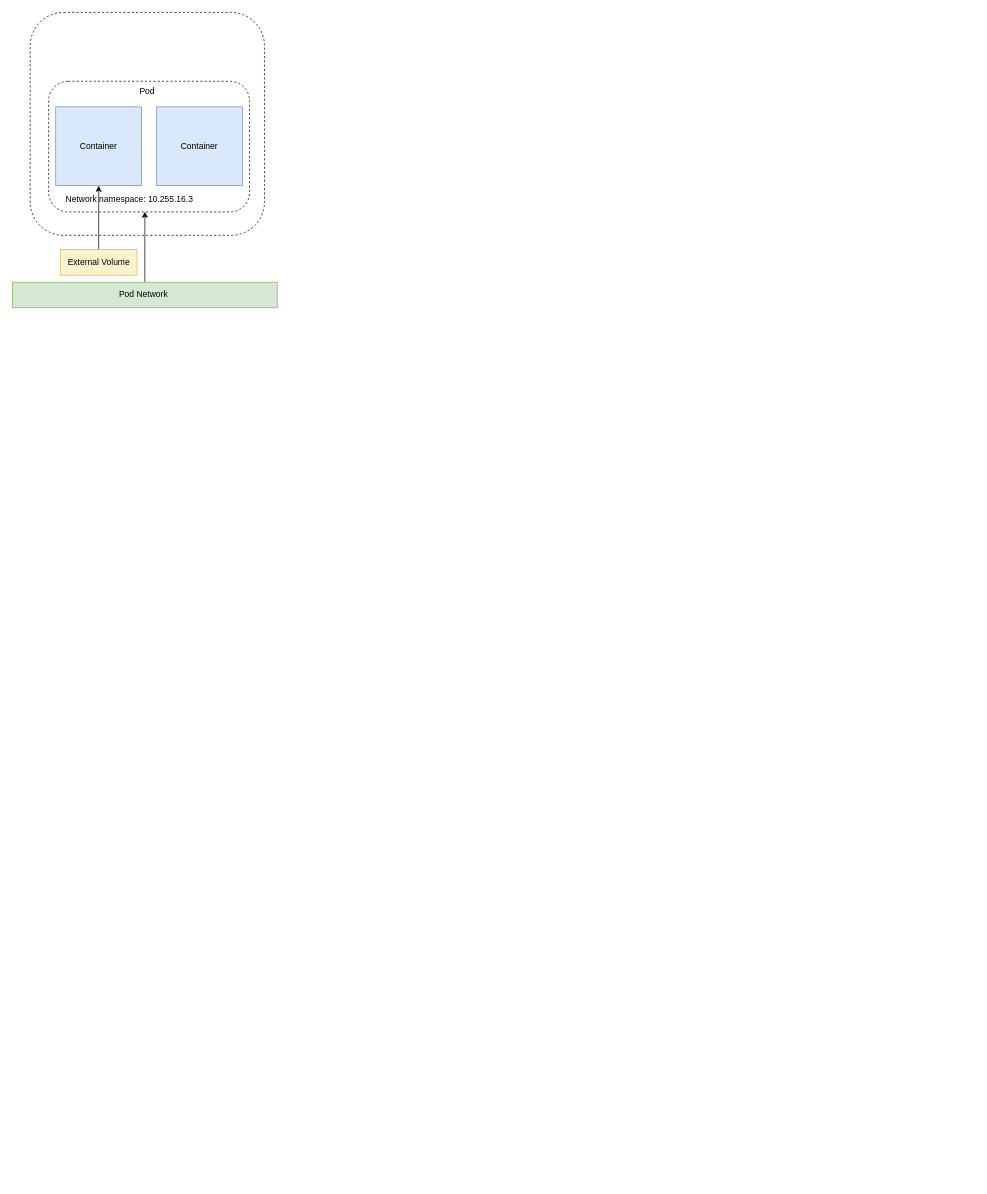
The draw.io diagram Pod-and-container.drawio in khanhnt99/Diagram, before the edit. Source tidied: cells renumbered, new cells numbered last; positions are measured from the earlier drawing's top-left corner, leaving out a move shared by most shapes. Both pictures are drawn from the tidied source at 71%, with x=0, y=0 at pixel (12, 12).
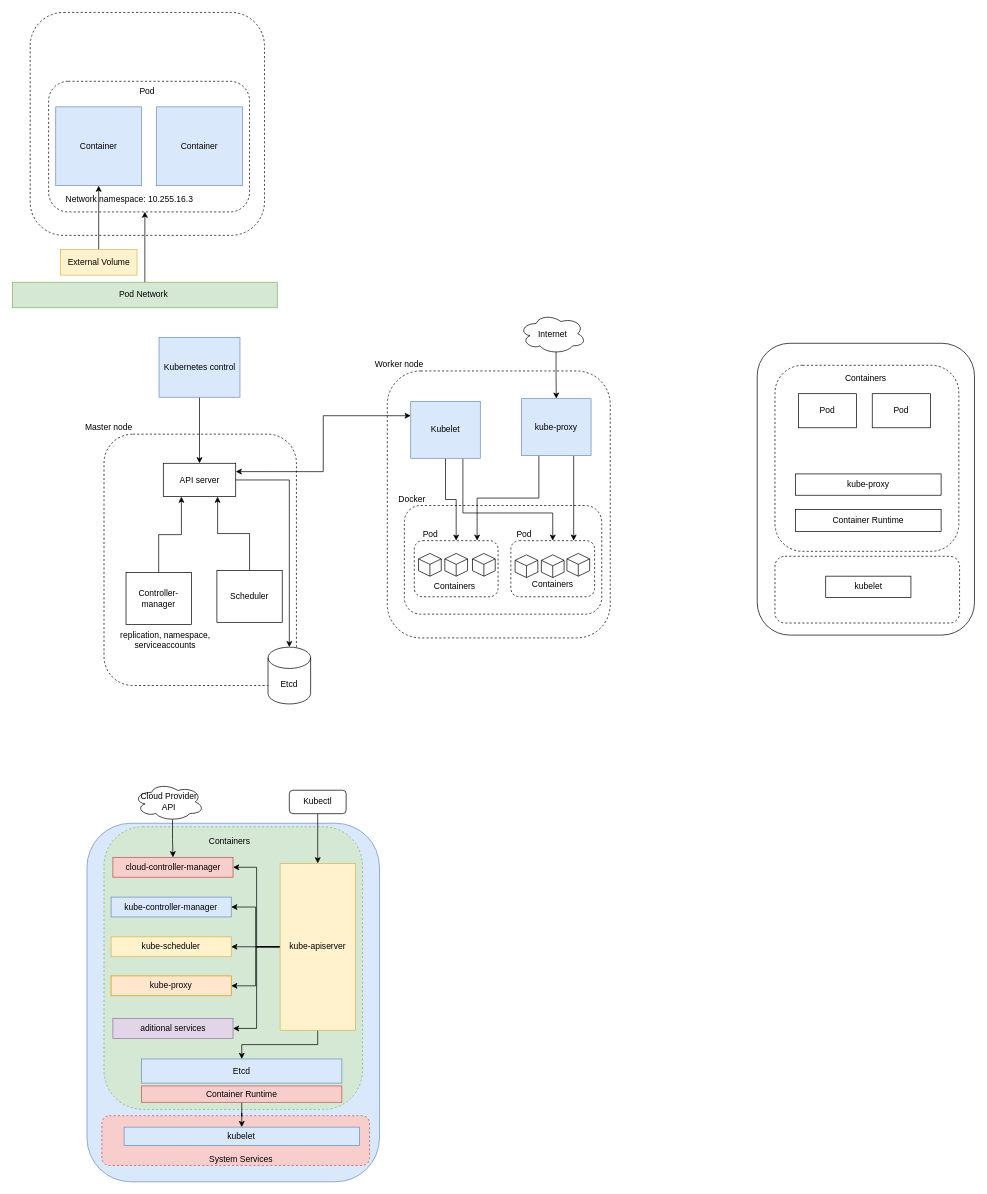
The same diagram, later.

Diff of the diagram source:
```diff
@@
+    <mxCell id="12" style="rounded=1;whiteSpace=wrap;html=1;dashed=1;" parent="1" vertex="1">
+      <mxGeometry x="129" y="594" width="271" height="354" as="geometry" />
+    </mxCell>
+    <mxCell id="13" value="Master node" style="text;html=1;strokeColor=none;fillColor=none;align=center;verticalAlign=middle;whiteSpace=wrap;rounded=0;" parent="1" vertex="1">
+      <mxGeometry x="87" y="569" width="98" height="30" as="geometry" />
+    </mxCell>
+    <mxCell id="14" style="edgeStyle=orthogonalEdgeStyle;rounded=0;jettySize=auto;html=1;exitX=1;exitY=0.25;exitDx=0;exitDy=0;entryX=0;entryY=0.25;entryDx=0;entryDy=0;startArrow=classic;startFill=1;" parent="1" edge="1" source="16" target="29">
+      <mxGeometry relative="1" as="geometry" />
+    </mxCell>
+    <mxCell id="15" style="edgeStyle=orthogonalEdgeStyle;rounded=0;jettySize=auto;html=1;exitX=1;exitY=0.5;exitDx=0;exitDy=0;startArrow=none;startFill=0;" parent="1" edge="1" source="16" target="23">
+      <mxGeometry relative="1" as="geometry" />
+    </mxCell>
+    <mxCell id="16" value="API server" style="rounded=0;whiteSpace=wrap;html=1;" parent="1" vertex="1">
+      <mxGeometry x="212.5" y="635" width="102" height="47" as="geometry" />
+    </mxCell>
+    <mxCell id="17" style="edgeStyle=orthogonalEdgeStyle;rounded=0;jettySize=auto;html=1;exitX=0.5;exitY=1;exitDx=0;exitDy=0;" parent="1" edge="1" source="18" target="16">
+      <mxGeometry relative="1" as="geometry" />
+    </mxCell>
+    <mxCell id="18" value="Kubernetes control" style="rounded=0;whiteSpace=wrap;html=1;fillColor=#dae8fc;strokeColor=#6c8ebf;" parent="1" vertex="1">
+      <mxGeometry x="206.5" y="458" width="114" height="84" as="geometry" />
+    </mxCell>
+    <mxCell id="19" style="edgeStyle=orthogonalEdgeStyle;rounded=0;jettySize=auto;html=1;exitX=0.5;exitY=0;exitDx=0;exitDy=0;entryX=0.25;entryY=1;entryDx=0;entryDy=0;" parent="1" edge="1" source="20" target="16">
+      <mxGeometry relative="1" as="geometry" />
+    </mxCell>
+    <mxCell id="20" value="Controller-manager" style="rounded=0;whiteSpace=wrap;html=1;" parent="1" vertex="1">
+      <mxGeometry x="160" y="789" width="92" height="73" as="geometry" />
+    </mxCell>
+    <mxCell id="21" style="edgeStyle=orthogonalEdgeStyle;rounded=0;jettySize=auto;html=1;exitX=0.5;exitY=0;exitDx=0;exitDy=0;entryX=0.75;entryY=1;entryDx=0;entryDy=0;" parent="1" edge="1" source="22" target="16">
+      <mxGeometry relative="1" as="geometry" />
+    </mxCell>
+    <mxCell id="22" value="Scheduler" style="rounded=0;whiteSpace=wrap;html=1;fillColor=default;" parent="1" vertex="1">
+      <mxGeometry x="288" y="786" width="92" height="73" as="geometry" />
+    </mxCell>
+    <mxCell id="23" value="Etcd" style="shape=cylinder3;whiteSpace=wrap;html=1;boundedLbl=1;backgroundOutline=1;size=15;" parent="1" vertex="1">
+      <mxGeometry x="360" y="894" width="60" height="80" as="geometry" />
+    </mxCell>
+    <mxCell id="24" value="replication, namespace, serviceaccounts" style="text;html=1;strokeColor=none;fillColor=none;align=center;verticalAlign=middle;whiteSpace=wrap;rounded=0;" parent="1" vertex="1">
+      <mxGeometry x="141.5" y="869" width="146.5" height="30" as="geometry" />
+    </mxCell>
+    <mxCell id="25" style="rounded=1;whiteSpace=wrap;html=1;dashed=1;fillColor=none;" parent="1" vertex="1">
+      <mxGeometry x="528" y="505" width="314" height="376" as="geometry" />
+    </mxCell>
+    <mxCell id="26" value="Worker node" style="text;html=1;strokeColor=none;fillColor=none;align=center;verticalAlign=middle;whiteSpace=wrap;rounded=0;dashed=1;" parent="1" vertex="1">
+      <mxGeometry x="497" y="481" width="96" height="30" as="geometry" />
+    </mxCell>
+    <mxCell id="27" style="edgeStyle=orthogonalEdgeStyle;rounded=0;jettySize=auto;html=1;exitX=0.5;exitY=1;exitDx=0;exitDy=0;entryX=0.5;entryY=0;entryDx=0;entryDy=0;startArrow=none;startFill=0;" parent="1" edge="1" source="29" target="35">
+      <mxGeometry relative="1" as="geometry" />
+    </mxCell>
+    <mxCell id="28" style="edgeStyle=orthogonalEdgeStyle;rounded=0;jettySize=auto;html=1;exitX=0.75;exitY=1;exitDx=0;exitDy=0;entryX=0.5;entryY=0;entryDx=0;entryDy=0;startArrow=none;startFill=0;" parent="1" edge="1" source="29" target="36">
+      <mxGeometry relative="1" as="geometry">
+        <Array as="points">
+          <mxPoint x="635" y="705" />
+          <mxPoint x="761" y="705" />
+        </Array>
+      </mxGeometry>
+    </mxCell>
+    <mxCell id="29" value="Kubelet" style="rounded=0;whiteSpace=wrap;html=1;fillColor=#dae8fc;strokeColor=#6c8ebf;" parent="1" vertex="1">
+      <mxGeometry x="561" y="548" width="98" height="80" as="geometry" />
+    </mxCell>
+    <mxCell id="30" style="edgeStyle=orthogonalEdgeStyle;rounded=0;jettySize=auto;html=1;exitX=0.25;exitY=1;exitDx=0;exitDy=0;entryX=0.75;entryY=0;entryDx=0;entryDy=0;startArrow=none;startFill=0;" parent="1" edge="1" source="32" target="35">
+      <mxGeometry relative="1" as="geometry" />
+    </mxCell>
+    <mxCell id="31" style="edgeStyle=orthogonalEdgeStyle;rounded=0;jettySize=auto;html=1;exitX=0.75;exitY=1;exitDx=0;exitDy=0;entryX=0.75;entryY=0;entryDx=0;entryDy=0;startArrow=none;startFill=0;" parent="1" edge="1" source="32" target="36">
+      <mxGeometry relative="1" as="geometry" />
+    </mxCell>
+    <mxCell id="32" value="kube-proxy" style="rounded=0;whiteSpace=wrap;html=1;fillColor=#dae8fc;strokeColor=#6c8ebf;" parent="1" vertex="1">
+      <mxGeometry x="717" y="544" width="98" height="80" as="geometry" />
+    </mxCell>
+    <mxCell id="33" style="rounded=1;whiteSpace=wrap;html=1;dashed=1;fillColor=none;" parent="1" vertex="1">
+      <mxGeometry x="552" y="694.5" width="278" height="153" as="geometry" />
+    </mxCell>
+    <mxCell id="34" value="Docker" style="text;html=1;strokeColor=none;fillColor=none;align=center;verticalAlign=middle;whiteSpace=wrap;rounded=0;dashed=1;" parent="1" vertex="1">
+      <mxGeometry x="533" y="671" width="60" height="30" as="geometry" />
+    </mxCell>
+    <mxCell id="35" style="rounded=1;whiteSpace=wrap;html=1;dashed=1;" parent="1" vertex="1">
+      <mxGeometry x="566" y="744" width="118" height="79" as="geometry" />
+    </mxCell>
+    <mxCell id="36" style="rounded=1;whiteSpace=wrap;html=1;dashed=1;" parent="1" vertex="1">
+      <mxGeometry x="702" y="744" width="118" height="79" as="geometry" />
+    </mxCell>
+    <mxCell id="37" value="Pod" style="text;html=1;strokeColor=none;fillColor=none;align=center;verticalAlign=middle;whiteSpace=wrap;rounded=0;dashed=1;" parent="1" vertex="1">
+      <mxGeometry x="559" y="721" width="60" height="30" as="geometry" />
+    </mxCell>
+    <mxCell id="38" value="Pod" style="text;html=1;strokeColor=none;fillColor=none;align=center;verticalAlign=middle;whiteSpace=wrap;rounded=0;dashed=1;" parent="1" vertex="1">
+      <mxGeometry x="691" y="721" width="60" height="30" as="geometry" />
+    </mxCell>
+    <mxCell id="39" style="html=1;whiteSpace=wrap;shape=isoCube2;backgroundOutline=1;isoAngle=15;" parent="1" vertex="1">
+      <mxGeometry x="572" y="762" width="32" height="32" as="geometry" />
+    </mxCell>
+    <mxCell id="40" style="html=1;whiteSpace=wrap;shape=isoCube2;backgroundOutline=1;isoAngle=15;" parent="1" vertex="1">
+      <mxGeometry x="609" y="762" width="32" height="32" as="geometry" />
+    </mxCell>
+    <mxCell id="41" style="html=1;whiteSpace=wrap;shape=isoCube2;backgroundOutline=1;isoAngle=15;" parent="1" vertex="1">
+      <mxGeometry x="648" y="762" width="32" height="32" as="geometry" />
+    </mxCell>
+    <mxCell id="42" style="html=1;whiteSpace=wrap;shape=isoCube2;backgroundOutline=1;isoAngle=15;" parent="1" vertex="1">
+      <mxGeometry x="708" y="764" width="32" height="32" as="geometry" />
+    </mxCell>
+    <mxCell id="43" style="html=1;whiteSpace=wrap;shape=isoCube2;backgroundOutline=1;isoAngle=15;" parent="1" vertex="1">
+      <mxGeometry x="781" y="762" width="32" height="32" as="geometry" />
+    </mxCell>
+    <mxCell id="44" style="html=1;whiteSpace=wrap;shape=isoCube2;backgroundOutline=1;isoAngle=15;" parent="1" vertex="1">
+      <mxGeometry x="745" y="764" width="32" height="32" as="geometry" />
+    </mxCell>
+    <mxCell id="45" value="Containers" style="text;html=1;strokeColor=none;fillColor=none;align=center;verticalAlign=middle;whiteSpace=wrap;rounded=0;" parent="1" vertex="1">
+      <mxGeometry x="731" y="791" width="60" height="30" as="geometry" />
+    </mxCell>
+    <mxCell id="46" value="Containers" style="text;html=1;strokeColor=none;fillColor=none;align=center;verticalAlign=middle;whiteSpace=wrap;rounded=0;" parent="1" vertex="1">
+      <mxGeometry x="593" y="793" width="60" height="30" as="geometry" />
+    </mxCell>
+    <mxCell id="47" style="edgeStyle=orthogonalEdgeStyle;rounded=0;jettySize=auto;html=1;exitX=0.55;exitY=0.95;exitDx=0;exitDy=0;exitPerimeter=0;entryX=0.5;entryY=0;entryDx=0;entryDy=0;startArrow=none;startFill=0;" parent="1" edge="1" source="48" target="32">
+      <mxGeometry relative="1" as="geometry" />
+    </mxCell>
+    <mxCell id="48" value="Internet" style="ellipse;shape=cloud;whiteSpace=wrap;html=1;fillColor=none;" parent="1" vertex="1">
+      <mxGeometry x="714" y="424" width="94" height="57" as="geometry" />
+    </mxCell>
+    <mxCell id="49" style="rounded=1;whiteSpace=wrap;html=1;fillColor=#dae8fc;strokeColor=#6c8ebf;" parent="1" vertex="1">
+      <mxGeometry x="105" y="1142" width="412" height="505" as="geometry" />
+    </mxCell>
+    <mxCell id="50" style="rounded=1;whiteSpace=wrap;html=1;fillColor=#d5e8d4;dashed=1;strokeColor=#82b366;" parent="1" vertex="1">
+      <mxGeometry x="129" y="1147" width="364" height="398" as="geometry" />
+    </mxCell>
+    <mxCell id="51" style="rounded=1;whiteSpace=wrap;html=1;dashed=1;fillColor=#f8cecc;strokeColor=#b85450;" parent="1" vertex="1">
+      <mxGeometry x="126" y="1554" width="377" height="70" as="geometry" />
+    </mxCell>
+    <mxCell id="52" style="edgeStyle=orthogonalEdgeStyle;rounded=0;jettySize=auto;html=1;exitX=0;exitY=0.5;exitDx=0;exitDy=0;entryX=1;entryY=0.5;entryDx=0;entryDy=0;startArrow=none;startFill=0;" parent="1" edge="1" source="58" target="61">
+      <mxGeometry relative="1" as="geometry" />
+    </mxCell>
+    <mxCell id="53" style="edgeStyle=orthogonalEdgeStyle;rounded=0;jettySize=auto;html=1;exitX=0;exitY=0.5;exitDx=0;exitDy=0;entryX=1;entryY=0.5;entryDx=0;entryDy=0;startArrow=none;startFill=0;" parent="1" edge="1" source="58" target="59">
+      <mxGeometry relative="1" as="geometry" />
+    </mxCell>
+    <mxCell id="54" style="edgeStyle=orthogonalEdgeStyle;rounded=0;jettySize=auto;html=1;exitX=0;exitY=0.5;exitDx=0;exitDy=0;entryX=1;entryY=0.5;entryDx=0;entryDy=0;startArrow=none;startFill=0;" parent="1" edge="1" source="58" target="60">
+      <mxGeometry relative="1" as="geometry" />
+    </mxCell>
+    <mxCell id="55" style="edgeStyle=orthogonalEdgeStyle;rounded=0;jettySize=auto;html=1;exitX=0;exitY=0.5;exitDx=0;exitDy=0;startArrow=none;startFill=0;" parent="1" edge="1" source="58" target="62">
+      <mxGeometry relative="1" as="geometry" />
+    </mxCell>
+    <mxCell id="56" style="edgeStyle=orthogonalEdgeStyle;rounded=0;jettySize=auto;html=1;exitX=0;exitY=0.5;exitDx=0;exitDy=0;startArrow=none;startFill=0;" parent="1" edge="1" source="58" target="63">
+      <mxGeometry relative="1" as="geometry" />
+    </mxCell>
+    <mxCell id="57" style="edgeStyle=orthogonalEdgeStyle;rounded=0;jettySize=auto;html=1;exitX=0.5;exitY=1;exitDx=0;exitDy=0;entryX=0.5;entryY=0;entryDx=0;entryDy=0;startArrow=none;startFill=0;" parent="1" edge="1" source="58" target="64">
+      <mxGeometry relative="1" as="geometry" />
+    </mxCell>
+    <mxCell id="58" value="kube-apiserver" style="rounded=0;whiteSpace=wrap;html=1;fillColor=#fff2cc;strokeColor=#d6b656;" parent="1" vertex="1">
+      <mxGeometry x="377" y="1198.5" width="106" height="235" as="geometry" />
+    </mxCell>
+    <mxCell id="59" value="cloud-controller-manager" style="rounded=0;whiteSpace=wrap;html=1;fillColor=#f8cecc;strokeColor=#b85450;" parent="1" vertex="1">
+      <mxGeometry x="141.5" y="1190" width="169.2" height="28" as="geometry" />
+    </mxCell>
+    <mxCell id="60" value="kube-controller-manager" style="rounded=0;whiteSpace=wrap;html=1;fillColor=#dae8fc;strokeColor=#6c8ebf;" parent="1" vertex="1">
+      <mxGeometry x="139" y="1246" width="169.2" height="28" as="geometry" />
+    </mxCell>
+    <mxCell id="61" value="kube-scheduler" style="rounded=0;whiteSpace=wrap;html=1;fillColor=#fff2cc;strokeColor=#d6b656;" parent="1" vertex="1">
+      <mxGeometry x="139" y="1302" width="169.2" height="28" as="geometry" />
+    </mxCell>
+    <mxCell id="62" value="kube-proxy" style="rounded=0;whiteSpace=wrap;html=1;fillColor=#ffe6cc;strokeColor=#d79b00;" parent="1" vertex="1">
+      <mxGeometry x="139" y="1357" width="169.2" height="28" as="geometry" />
+    </mxCell>
+    <mxCell id="63" value="aditional services" style="rounded=0;whiteSpace=wrap;html=1;fillColor=#e1d5e7;strokeColor=#9673a6;" parent="1" vertex="1">
+      <mxGeometry x="141.5" y="1417" width="169.2" height="28" as="geometry" />
+    </mxCell>
+    <mxCell id="64" value="Etcd" style="rounded=0;whiteSpace=wrap;html=1;fillColor=#dae8fc;strokeColor=#6c8ebf;" parent="1" vertex="1">
+      <mxGeometry x="182" y="1474" width="282" height="34" as="geometry" />
+    </mxCell>
+    <mxCell id="65" style="edgeStyle=orthogonalEdgeStyle;rounded=0;jettySize=auto;html=1;exitX=0.5;exitY=1;exitDx=0;exitDy=0;startArrow=none;startFill=0;" parent="1" edge="1" source="66" target="68">
+      <mxGeometry relative="1" as="geometry" />
+    </mxCell>
+    <mxCell id="66" value="Container Runtime" style="rounded=0;whiteSpace=wrap;html=1;fillColor=#f8cecc;strokeColor=#b85450;" parent="1" vertex="1">
+      <mxGeometry x="182" y="1512" width="282" height="23" as="geometry" />
+    </mxCell>
+    <mxCell id="67" value="Containers" style="text;html=1;strokeColor=none;fillColor=none;align=center;verticalAlign=middle;whiteSpace=wrap;rounded=0;" parent="1" vertex="1">
+      <mxGeometry x="276" y="1153" width="60" height="30" as="geometry" />
+    </mxCell>
+    <mxCell id="68" value="kubelet" style="rounded=0;whiteSpace=wrap;html=1;fillColor=#dae8fc;strokeColor=#6c8ebf;" parent="1" vertex="1">
+      <mxGeometry x="157.3" y="1570" width="331.4" height="26" as="geometry" />
+    </mxCell>
+    <mxCell id="69" value="System Services" style="text;html=1;strokeColor=none;fillColor=none;align=center;verticalAlign=middle;whiteSpace=wrap;rounded=0;" parent="1" vertex="1">
+      <mxGeometry x="267" y="1600" width="110" height="30" as="geometry" />
+    </mxCell>
+    <mxCell id="70" style="edgeStyle=orthogonalEdgeStyle;rounded=0;jettySize=auto;html=1;exitX=0.5;exitY=1;exitDx=0;exitDy=0;startArrow=none;startFill=0;" parent="1" edge="1" source="71" target="58">
+      <mxGeometry relative="1" as="geometry" />
+    </mxCell>
+    <mxCell id="71" value="Kubectl" style="rounded=1;whiteSpace=wrap;html=1;fillColor=default;" parent="1" vertex="1">
+      <mxGeometry x="390" y="1095.5" width="80" height="33" as="geometry" />
+    </mxCell>
+    <mxCell id="72" style="edgeStyle=orthogonalEdgeStyle;rounded=0;jettySize=auto;html=1;exitX=0.55;exitY=0.95;exitDx=0;exitDy=0;exitPerimeter=0;startArrow=none;startFill=0;" parent="1" edge="1" source="73" target="59">
+      <mxGeometry relative="1" as="geometry" />
+    </mxCell>
+    <mxCell id="73" value="Cloud Provider API" style="ellipse;shape=cloud;whiteSpace=wrap;html=1;fillColor=default;" parent="1" vertex="1">
+      <mxGeometry x="171" y="1085" width="99" height="54" as="geometry" />
+    </mxCell>
+    <mxCell id="74" style="rounded=1;whiteSpace=wrap;html=1;fillColor=default;" parent="1" vertex="1">
+      <mxGeometry x="1049" y="466" width="306" height="411" as="geometry" />
+    </mxCell>
+    <mxCell id="75" style="rounded=1;whiteSpace=wrap;html=1;fillColor=default;dashed=1;" parent="1" vertex="1">
+      <mxGeometry x="1074" y="497" width="259" height="262" as="geometry" />
+    </mxCell>
+    <mxCell id="76" value="Container Runtime" style="rounded=0;whiteSpace=wrap;html=1;fillColor=default;" parent="1" vertex="1">
+      <mxGeometry x="1103" y="700" width="205" height="31" as="geometry" />
+    </mxCell>
+    <mxCell id="77" value="kube-proxy" style="rounded=0;whiteSpace=wrap;html=1;fillColor=default;" parent="1" vertex="1">
+      <mxGeometry x="1103" y="650" width="205" height="30" as="geometry" />
+    </mxCell>
+    <mxCell id="78" value="Pod" style="rounded=0;whiteSpace=wrap;html=1;fillColor=default;" parent="1" vertex="1">
+      <mxGeometry x="1107" y="537" width="82" height="48" as="geometry" />
+    </mxCell>
+    <mxCell id="79" value="Pod" style="rounded=0;whiteSpace=wrap;html=1;fillColor=default;" parent="1" vertex="1">
+      <mxGeometry x="1211" y="537" width="82" height="48" as="geometry" />
+    </mxCell>
+    <mxCell id="80" style="rounded=1;whiteSpace=wrap;html=1;fillColor=default;dashed=1;" parent="1" vertex="1">
+      <mxGeometry x="1074" y="766" width="260" height="94" as="geometry" />
+    </mxCell>
+    <mxCell id="81" value="kubelet" style="rounded=0;whiteSpace=wrap;html=1;fillColor=default;" parent="1" vertex="1">
+      <mxGeometry x="1145.5" y="794" width="120" height="30" as="geometry" />
+    </mxCell>
+    <mxCell id="82" value="Containers" style="text;html=1;strokeColor=none;fillColor=none;align=center;verticalAlign=middle;whiteSpace=wrap;rounded=0;" parent="1" vertex="1">
+      <mxGeometry x="1172" y="500" width="60" height="30" as="geometry" />
+    </mxCell>
```
